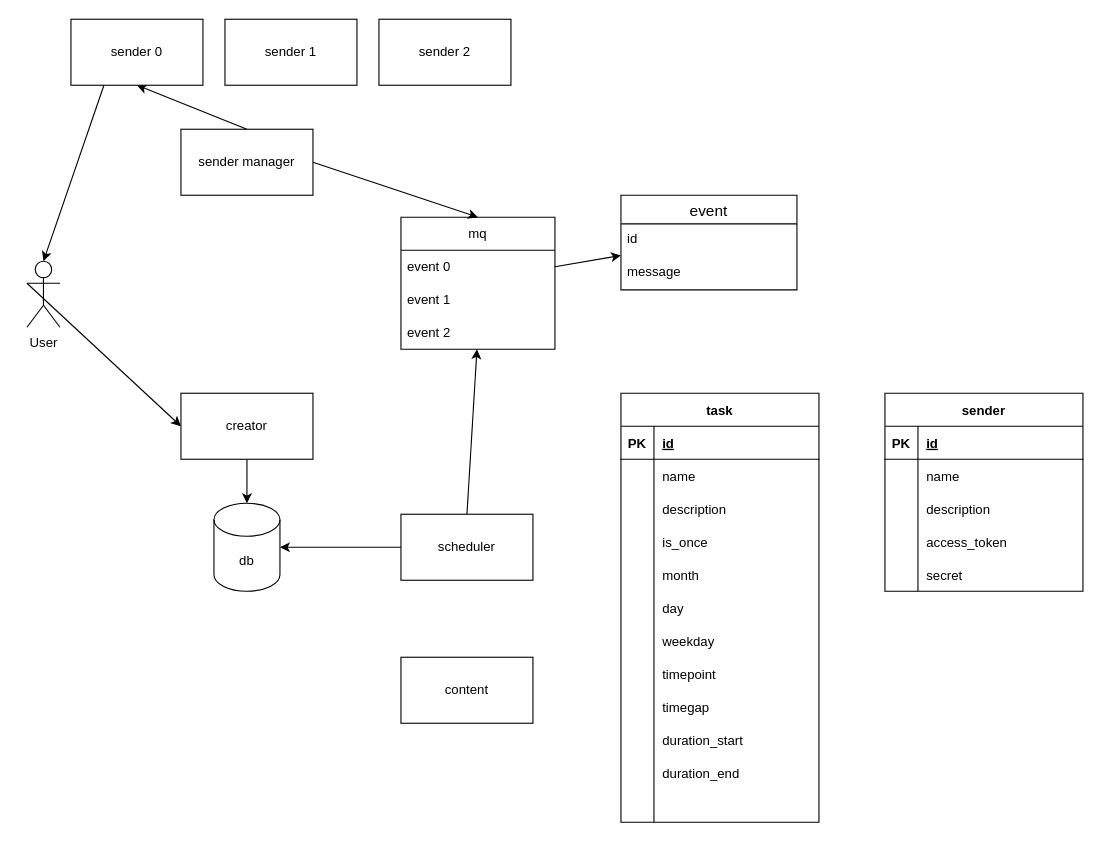
yukiouma/noticer keeps this draw.io diagram as .docs/design.drawio. Above is the earlier version. Source tidied: cells renumbered, new cells numbered last; positions are measured from the earlier drawing's top-left corner, leaving out a move shared by most shapes. Both pictures are drawn from the tidied source at 110%, with x=0, y=0 at pixel (26, 19).
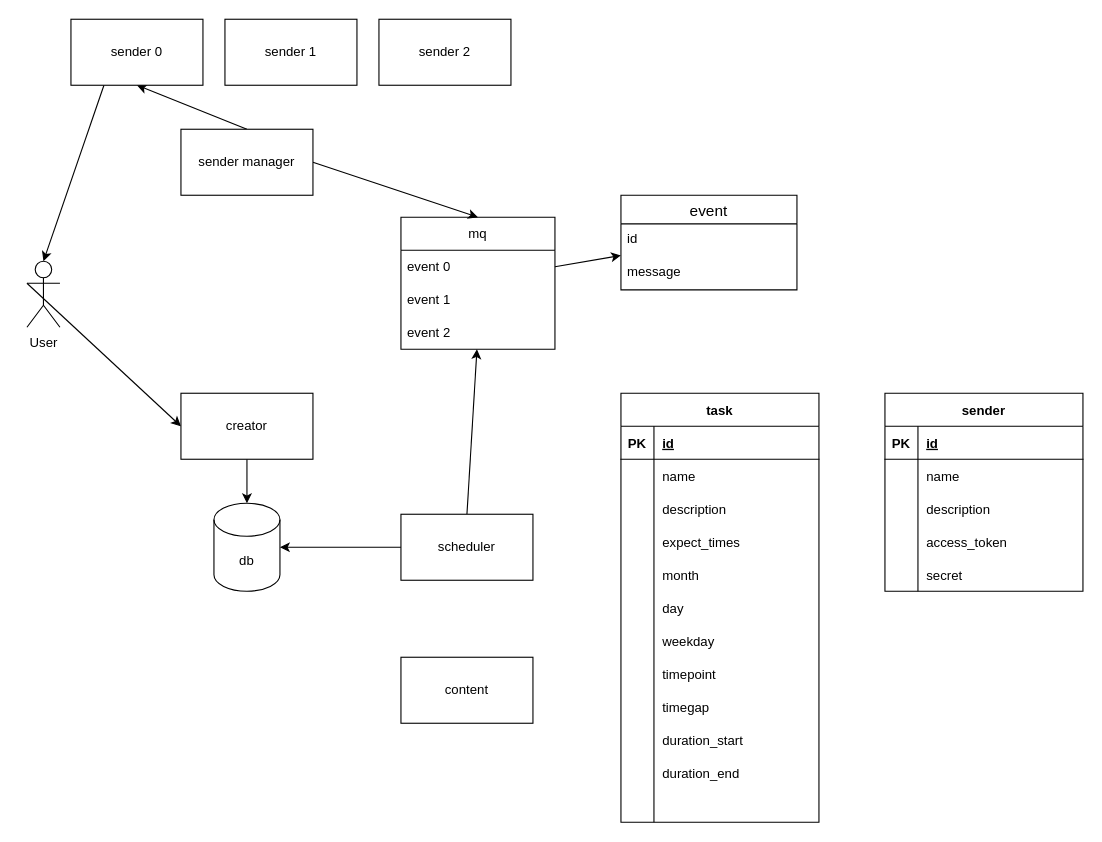
The same page after the edit.

Commit message (it also covers changes not shown here):
fix: use option instead in task module

Unchanged cells that the change refers to:
```xml
<mxCell id="31" style="shape=tableRow;horizontal=0;startSize=0;swimlaneHead=0;swimlaneBody=0;fillColor=none;top=0;left=0;right=0;bottom=0;" parent="21" vertex="1">
  <mxGeometry y="120" width="180" height="30" as="geometry" />
</mxCell>
```

The edit, as a diff of the source:
```diff
@@
-    <mxCell id="33" value="is_once" style="shape=partialRectangle;fillColor=none;top=0;left=0;bottom=0;right=0;align=left;spacingLeft=6;overflow=hidden;" parent="31" vertex="1">
+    <mxCell id="33" value="expect_times" style="shape=partialRectangle;fillColor=none;top=0;left=0;bottom=0;right=0;align=left;spacingLeft=6;overflow=hidden;" parent="31" vertex="1">
       <mxGeometry x="30" width="150" height="30" as="geometry" />
     </mxCell>
```
